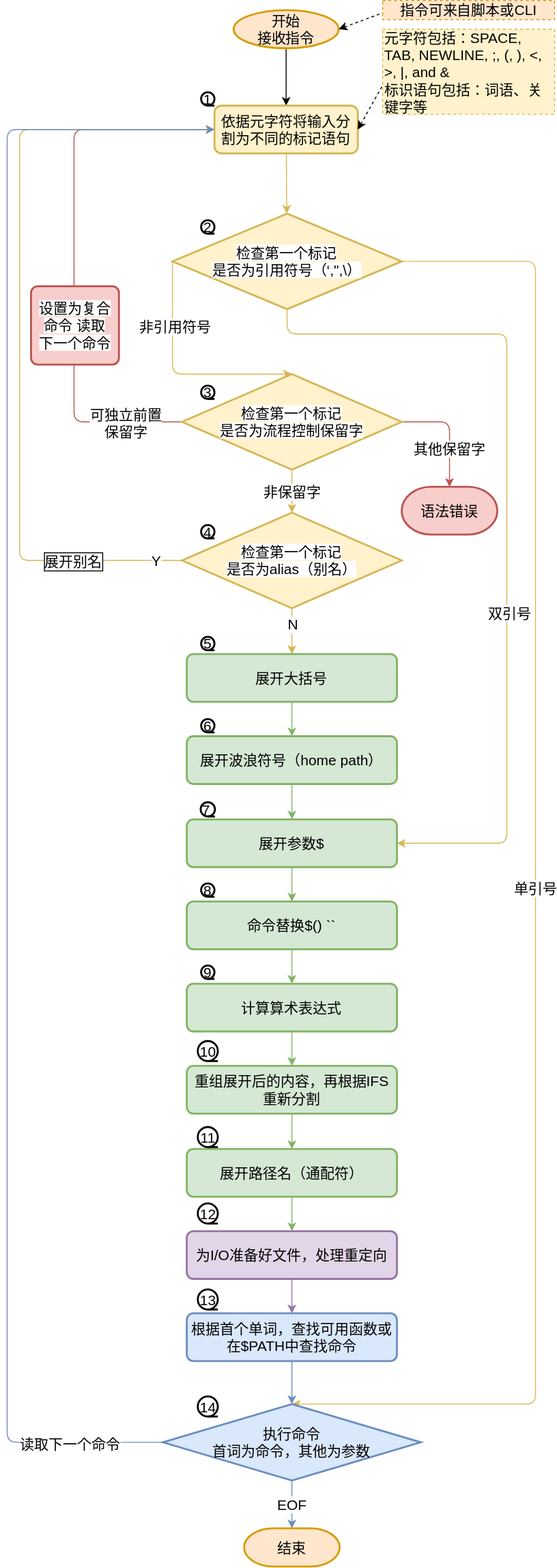
Before: images/shell执行流程.drawio.svg, a diagram exported from draw.io (SurprisedCat/surprisedcat.github.io). Source tidied: cells renumbered, new cells last; positions are measured from the earlier drawing's top-left corner, leaving out a move shared by most shapes.
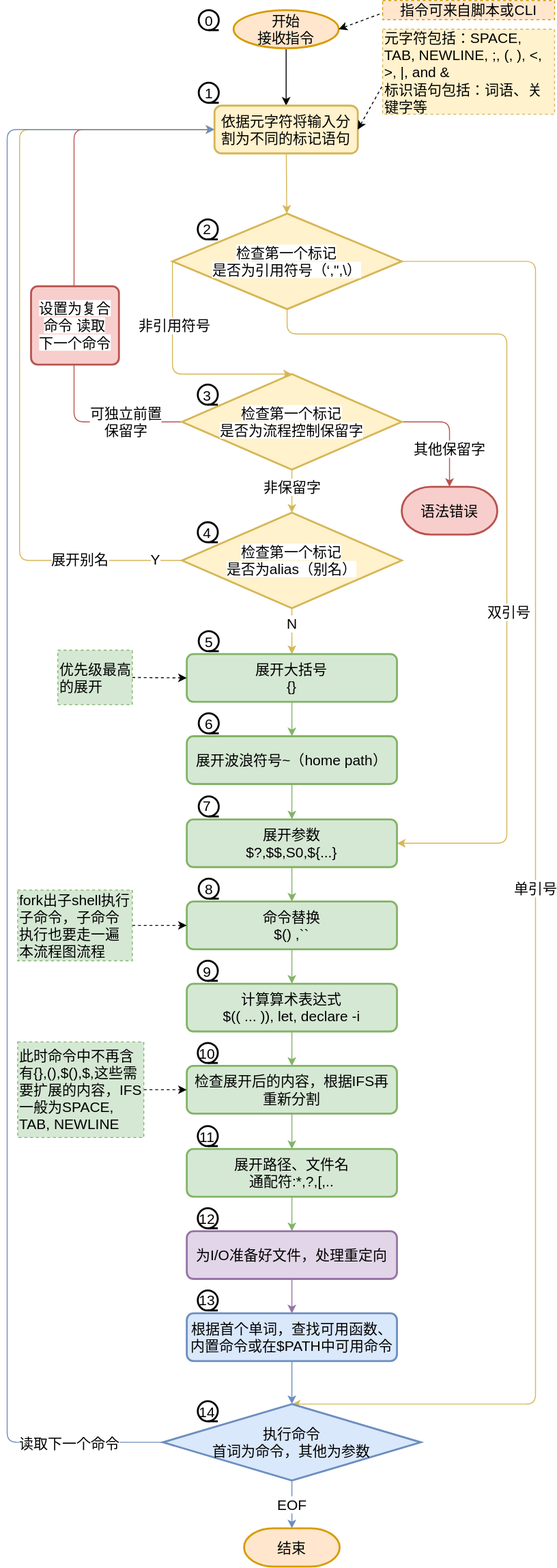
After the commit.

The edit, as a diff of the source:
```diff
@@ -44,7 +44,7 @@
       </mxGeometry>
     </mxCell>
     <mxCell id="12" value="非保留字" style="edgeStyle=none;html=1;fontSize=15;fillColor=#fff2cc;strokeColor=#d6b656;" parent="1" edge="1" source="14" target="27">
-      <mxGeometry relative="1" as="geometry" />
+      <mxGeometry x="-0.2" relative="1" as="geometry" />
     </mxCell>
     <mxCell id="13" value="其他保留字" style="edgeStyle=none;html=1;fontSize=15;entryX=0.5;entryY=0;entryDx=0;entryDy=0;entryPerimeter=0;exitX=1;exitY=0.5;exitDx=0;exitDy=0;exitPerimeter=0;fillColor=#f8cecc;strokeColor=#b85450;" parent="1" edge="1" source="14" target="50">
       <mxGeometry x="0.32" relative="1" as="geometry">
@@ -111,10 +111,8 @@
     <mxCell id="25" value="Y" style="edgeLabel;html=1;align=center;verticalAlign=middle;fontSize=15;" parent="24" vertex="1">
       <mxGeometry x="-0.93" y="-1" relative="1" as="geometry" />
     </mxCell>
-    <mxCell id="26" value="展开别名" style="edgeLabel;html=1;align=center;verticalAlign=middle;labelBorderColor=#000000;fontSize=15;" parent="24" vertex="1">
-      <mxGeometry x="-0.62" relative="1" as="geometry">
-        <mxPoint x="42" as="offset" />
-      </mxGeometry>
+    <mxCell id="26" value="&lt;span style=&quot;font-size: 15px&quot;&gt;展开别名&lt;/span&gt;" style="edgeLabel;html=1;align=center;verticalAlign=middle;" parent="24" vertex="1">
+      <mxGeometry x="-0.74" y="-1" relative="1" as="geometry" />
     </mxCell>
     <mxCell id="27" value="&lt;span style=&quot;font-size: 15px ; background-color: rgb(255 , 255 , 255)&quot;&gt;检查第一个标记&lt;br&gt;是否为alias（别名）&lt;br&gt;&lt;/span&gt;" style="strokeWidth=2;html=1;shape=mxgraph.flowchart.decision;whiteSpace=wrap;align=center;fillColor=#fff2cc;strokeColor=#d6b656;" parent="1" vertex="1">
       <mxGeometry x="183" y="536" width="230" height="100" as="geometry" />
@@ -122,43 +120,43 @@
     <mxCell id="28" style="edgeStyle=none;html=1;fillColor=#d5e8d4;strokeColor=#82b366;" parent="1" edge="1" source="29" target="31">
       <mxGeometry relative="1" as="geometry" />
     </mxCell>
-    <mxCell id="29" value="展开大括号" style="rounded=1;whiteSpace=wrap;html=1;absoluteArcSize=1;arcSize=14;strokeWidth=2;fontSize=15;fillColor=#d5e8d4;strokeColor=#82b366;" parent="1" vertex="1">
+    <mxCell id="29" value="展开大括号&lt;br&gt;{}" style="rounded=1;whiteSpace=wrap;html=1;absoluteArcSize=1;arcSize=14;strokeWidth=2;fontSize=15;fillColor=#d5e8d4;strokeColor=#82b366;" parent="1" vertex="1">
       <mxGeometry x="188" y="684" width="220" height="50" as="geometry" />
     </mxCell>
     <mxCell id="30" style="edgeStyle=none;html=1;fillColor=#d5e8d4;strokeColor=#82b366;" parent="1" edge="1" source="31" target="33">
       <mxGeometry relative="1" as="geometry" />
     </mxCell>
-    <mxCell id="31" value="展开波浪符号（home path）" style="rounded=1;whiteSpace=wrap;html=1;absoluteArcSize=1;arcSize=14;strokeWidth=2;fontSize=15;fillColor=#d5e8d4;strokeColor=#82b366;" parent="1" vertex="1">
+    <mxCell id="31" value="展开波浪符号~（home path）" style="rounded=1;whiteSpace=wrap;html=1;absoluteArcSize=1;arcSize=14;strokeWidth=2;fontSize=15;fillColor=#d5e8d4;strokeColor=#82b366;" parent="1" vertex="1">
       <mxGeometry x="188" y="770" width="220" height="50" as="geometry" />
     </mxCell>
     <mxCell id="32" style="edgeStyle=none;html=1;fillColor=#d5e8d4;strokeColor=#82b366;" parent="1" edge="1" source="33" target="35">
       <mxGeometry relative="1" as="geometry" />
     </mxCell>
-    <mxCell id="33" value="展开参数$" style="rounded=1;whiteSpace=wrap;html=1;absoluteArcSize=1;arcSize=14;strokeWidth=2;fontSize=15;fillColor=#d5e8d4;strokeColor=#82b366;" parent="1" vertex="1">
+    <mxCell id="33" value="展开参数&lt;br&gt;$?,$$,S0,${...}" style="rounded=1;whiteSpace=wrap;html=1;absoluteArcSize=1;arcSize=14;strokeWidth=2;fontSize=15;fillColor=#d5e8d4;strokeColor=#82b366;" parent="1" vertex="1">
       <mxGeometry x="188" y="857" width="220" height="50" as="geometry" />
     </mxCell>
     <mxCell id="34" style="edgeStyle=none;html=1;fillColor=#d5e8d4;strokeColor=#82b366;" parent="1" edge="1" source="35" target="37">
       <mxGeometry relative="1" as="geometry" />
     </mxCell>
-    <mxCell id="35" value="命令替换$() ``" style="rounded=1;whiteSpace=wrap;html=1;absoluteArcSize=1;arcSize=14;strokeWidth=2;fontSize=15;fillColor=#d5e8d4;strokeColor=#82b366;" parent="1" vertex="1">
+    <mxCell id="35" value="命令替换&lt;br&gt;$() ,``" style="rounded=1;whiteSpace=wrap;html=1;absoluteArcSize=1;arcSize=14;strokeWidth=2;fontSize=15;fillColor=#d5e8d4;strokeColor=#82b366;" parent="1" vertex="1">
       <mxGeometry x="188" y="943" width="220" height="50" as="geometry" />
     </mxCell>
     <mxCell id="36" style="edgeStyle=none;html=1;fillColor=#d5e8d4;strokeColor=#82b366;" parent="1" edge="1" source="37" target="39">
       <mxGeometry relative="1" as="geometry" />
     </mxCell>
-    <mxCell id="37" value="计算算术表达式" style="rounded=1;whiteSpace=wrap;html=1;absoluteArcSize=1;arcSize=14;strokeWidth=2;fontSize=15;fillColor=#d5e8d4;strokeColor=#82b366;" parent="1" vertex="1">
+    <mxCell id="37" value="计算算术表达式&lt;br&gt;$(( ... )), let, declare -i" style="rounded=1;whiteSpace=wrap;html=1;absoluteArcSize=1;arcSize=14;strokeWidth=2;fontSize=15;fillColor=#d5e8d4;strokeColor=#82b366;" parent="1" vertex="1">
       <mxGeometry x="188" y="1029" width="220" height="50" as="geometry" />
     </mxCell>
     <mxCell id="38" style="edgeStyle=none;html=1;fillColor=#d5e8d4;strokeColor=#82b366;" parent="1" edge="1" source="39" target="41">
       <mxGeometry relative="1" as="geometry" />
     </mxCell>
-    <mxCell id="39" value="重组展开后的内容，再根据IFS重新分割" style="rounded=1;whiteSpace=wrap;html=1;absoluteArcSize=1;arcSize=14;strokeWidth=2;fontSize=15;fillColor=#d5e8d4;strokeColor=#82b366;" parent="1" vertex="1">
+    <mxCell id="39" value="检查展开后的内容，根据IFS再&lt;br&gt;重新分割" style="rounded=1;whiteSpace=wrap;html=1;absoluteArcSize=1;arcSize=14;strokeWidth=2;fontSize=15;fillColor=#d5e8d4;strokeColor=#82b366;" parent="1" vertex="1">
       <mxGeometry x="188" y="1115" width="220" height="50" as="geometry" />
     </mxCell>
     <mxCell id="40" style="edgeStyle=none;html=1;fillColor=#d5e8d4;strokeColor=#82b366;" parent="1" edge="1" source="41" target="43">
       <mxGeometry relative="1" as="geometry" />
     </mxCell>
-    <mxCell id="41" value="展开路径名（通配符）" style="rounded=1;whiteSpace=wrap;html=1;absoluteArcSize=1;arcSize=14;strokeWidth=2;fontSize=15;fillColor=#d5e8d4;strokeColor=#82b366;" parent="1" vertex="1">
+    <mxCell id="41" value="展开路径、文件名&lt;br&gt;通配符:*,?,[,.." style="rounded=1;whiteSpace=wrap;html=1;absoluteArcSize=1;arcSize=14;strokeWidth=2;fontSize=15;fillColor=#d5e8d4;strokeColor=#82b366;" parent="1" vertex="1">
       <mxGeometry x="188" y="1202" width="220" height="50" as="geometry" />
     </mxCell>
     <mxCell id="42" style="edgeStyle=none;html=1;fillColor=#e1d5e7;strokeColor=#9673a6;" parent="1" edge="1" source="43" target="45">
@@ -170,7 +168,7 @@
     <mxCell id="44" style="edgeStyle=none;html=1;fillColor=#dae8fc;strokeColor=#6c8ebf;" parent="1" edge="1" source="45" target="49">
       <mxGeometry relative="1" as="geometry" />
     </mxCell>
-    <mxCell id="45" value="&lt;span style=&quot;font-family: &amp;#34;helvetica&amp;#34;&quot;&gt;根据首个单词，查找可用函数或在$PATH中查找命令&lt;/span&gt;" style="rounded=1;whiteSpace=wrap;html=1;absoluteArcSize=1;arcSize=14;strokeWidth=2;fontSize=15;fillColor=#dae8fc;strokeColor=#6c8ebf;" parent="1" vertex="1">
+    <mxCell id="45" value="&lt;span style=&quot;font-family: &amp;#34;helvetica&amp;#34;&quot;&gt;根据首个单词，查找可用函数、内置命令或在$PATH中可用命令&lt;/span&gt;" style="rounded=1;whiteSpace=wrap;html=1;absoluteArcSize=1;arcSize=14;strokeWidth=2;fontSize=15;fillColor=#dae8fc;strokeColor=#6c8ebf;" parent="1" vertex="1">
       <mxGeometry x="188" y="1374" width="220" height="50" as="geometry" />
     </mxCell>
     <mxCell id="46" style="edgeStyle=none;html=1;entryX=0;entryY=0.5;entryDx=0;entryDy=0;exitX=0;exitY=0.5;exitDx=0;exitDy=0;exitPerimeter=0;fillColor=#dae8fc;strokeColor=#6c8ebf;" parent="1" edge="1" source="49" target="5">
@@ -197,46 +195,67 @@
       <mxGeometry x="248" y="1599" width="100" height="40" as="geometry" />
     </mxCell>
     <mxCell id="52" value="1" style="strokeWidth=2;html=1;shape=mxgraph.flowchart.sequential_data;whiteSpace=wrap;fontSize=15;" parent="1" vertex="1">
-      <mxGeometry x="203" y="96" width="14" height="14" as="geometry" />
+      <mxGeometry x="200.5" y="86" width="21" height="21" as="geometry" />
     </mxCell>
     <mxCell id="53" value="2" style="strokeWidth=2;html=1;shape=mxgraph.flowchart.sequential_data;whiteSpace=wrap;fontSize=15;" parent="1" vertex="1">
-      <mxGeometry x="203" y="230" width="14" height="14" as="geometry" />
+      <mxGeometry x="199.5" y="229" width="21" height="21" as="geometry" />
     </mxCell>
     <mxCell id="54" value="3" style="strokeWidth=2;html=1;shape=mxgraph.flowchart.sequential_data;whiteSpace=wrap;fontSize=15;" parent="1" vertex="1">
-      <mxGeometry x="203" y="403" width="14" height="14" as="geometry" />
+      <mxGeometry x="199.5" y="402" width="21" height="21" as="geometry" />
     </mxCell>
     <mxCell id="55" value="4" style="strokeWidth=2;html=1;shape=mxgraph.flowchart.sequential_data;whiteSpace=wrap;fontSize=15;" parent="1" vertex="1">
-      <mxGeometry x="203" y="549" width="14" height="14" as="geometry" />
+      <mxGeometry x="199.5" y="546" width="21" height="21" as="geometry" />
     </mxCell>
     <mxCell id="56" value="5" style="strokeWidth=2;html=1;shape=mxgraph.flowchart.sequential_data;whiteSpace=wrap;fontSize=15;" parent="1" vertex="1">
-      <mxGeometry x="203" y="666" width="14" height="14" as="geometry" />
+      <mxGeometry x="200.5" y="660" width="21" height="21" as="geometry" />
     </mxCell>
     <mxCell id="57" value="6" style="strokeWidth=2;html=1;shape=mxgraph.flowchart.sequential_data;whiteSpace=wrap;fontSize=15;" parent="1" vertex="1">
-      <mxGeometry x="203" y="752" width="14" height="14" as="geometry" />
+      <mxGeometry x="200.5" y="746" width="21" height="21" as="geometry" />
     </mxCell>
     <mxCell id="58" value="7&lt;span style=&quot;color: rgba(0 , 0 , 0 , 0) ; font-family: monospace ; font-size: 0px&quot;&gt;%3CmxGraphModel%3E%3Croot%3E%3CmxCell%20id%3D%220%22%2F%3E%3CmxCell%20id%3D%221%22%20parent%3D%220%22%2F%3E%3CmxCell%20id%3D%222%22%20value%3D%226%22%20style%3D%22strokeWidth%3D2%3Bhtml%3D1%3Bshape%3Dmxgraph.flowchart.sequential_data%3BwhiteSpace%3Dwrap%3BfontSize%3D15%3B%22%20vertex%3D%221%22%20parent%3D%221%22%3E%3CmxGeometry%20x%3D%22220%22%20y%3D%22763%22%20width%3D%2214%22%20height%3D%2214%22%20as%3D%22geometry%22%2F%3E%3C%2FmxCell%3E%3C%2Froot%3E%3C%2FmxGraphModel%3E&lt;/span&gt;" style="strokeWidth=2;html=1;shape=mxgraph.flowchart.sequential_data;whiteSpace=wrap;fontSize=15;" parent="1" vertex="1">
-      <mxGeometry x="202.5" y="839" width="15" height="15" as="geometry" />
+      <mxGeometry x="200.5" y="833" width="21" height="21" as="geometry" />
     </mxCell>
     <mxCell id="59" value="8" style="strokeWidth=2;html=1;shape=mxgraph.flowchart.sequential_data;whiteSpace=wrap;fontSize=15;" parent="1" vertex="1">
-      <mxGeometry x="203" y="924" width="14" height="14" as="geometry" />
+      <mxGeometry x="200.5" y="919" width="21" height="21" as="geometry" />
     </mxCell>
     <mxCell id="60" value="9" style="strokeWidth=2;html=1;shape=mxgraph.flowchart.sequential_data;whiteSpace=wrap;fontSize=15;" parent="1" vertex="1">
-      <mxGeometry x="203" y="1010" width="14" height="14" as="geometry" />
+      <mxGeometry x="199.5" y="1005" width="21" height="21" as="geometry" />
     </mxCell>
     <mxCell id="61" value="10" style="strokeWidth=2;html=1;shape=mxgraph.flowchart.sequential_data;whiteSpace=wrap;fontSize=15;" parent="1" vertex="1">
-      <mxGeometry x="199.5" y="1089" width="21" height="21" as="geometry" />
+      <mxGeometry x="199.5" y="1091" width="21" height="21" as="geometry" />
     </mxCell>
     <mxCell id="62" value="11" style="strokeWidth=2;html=1;shape=mxgraph.flowchart.sequential_data;whiteSpace=wrap;fontSize=15;" parent="1" vertex="1">
-      <mxGeometry x="199.5" y="1179" width="21" height="21" as="geometry" />
+      <mxGeometry x="199.5" y="1178" width="21" height="21" as="geometry" />
     </mxCell>
     <mxCell id="63" value="12" style="strokeWidth=2;html=1;shape=mxgraph.flowchart.sequential_data;whiteSpace=wrap;fontSize=15;" parent="1" vertex="1">
-      <mxGeometry x="199.5" y="1259" width="21" height="21" as="geometry" />
+      <mxGeometry x="199.5" y="1264" width="21" height="21" as="geometry" />
     </mxCell>
     <mxCell id="64" value="13" style="strokeWidth=2;html=1;shape=mxgraph.flowchart.sequential_data;whiteSpace=wrap;fontSize=15;" parent="1" vertex="1">
-      <mxGeometry x="199.5" y="1349" width="21" height="21" as="geometry" />
+      <mxGeometry x="199.5" y="1350" width="21" height="21" as="geometry" />
     </mxCell>
     <mxCell id="65" value="14" style="strokeWidth=2;html=1;shape=mxgraph.flowchart.sequential_data;whiteSpace=wrap;fontSize=15;" parent="1" vertex="1">
-      <mxGeometry x="199.5" y="1461" width="21" height="21" as="geometry" />
+      <mxGeometry x="199.5" y="1466" width="21" height="21" as="geometry" />
     </mxCell>
+    <mxCell id="66" style="edgeStyle=none;html=1;entryX=0;entryY=0.5;entryDx=0;entryDy=0;dashed=1;exitX=1;exitY=0.5;exitDx=0;exitDy=0;" parent="1" edge="1" source="67" target="35">
+      <mxGeometry relative="1" as="geometry" />
+    </mxCell>
+    <mxCell id="67" value="fork出子shell执行子命令，子命令执行也要走一遍本流程图流程" style="rounded=0;whiteSpace=wrap;html=1;fontSize=15;dashed=1;align=left;fillColor=#d5e8d4;strokeColor=#82b366;" parent="1" vertex="1">
+      <mxGeometry x="11" y="931" width="120" height="74" as="geometry" />
+    </mxCell>
+    <mxCell id="68" value="0" style="strokeWidth=2;html=1;shape=mxgraph.flowchart.sequential_data;whiteSpace=wrap;fontSize=15;" parent="1" vertex="1">
+      <mxGeometry x="200.5" y="10" width="21" height="21" as="geometry" />
+    </mxCell>
+    <mxCell id="69" style="edgeStyle=none;html=1;entryX=0;entryY=0.5;entryDx=0;entryDy=0;dashed=1;exitX=1;exitY=0.5;exitDx=0;exitDy=0;" parent="1" edge="1" source="70" target="39">
+      <mxGeometry relative="1" as="geometry" />
+    </mxCell>
+    <mxCell id="70" value="此时命令中不再含有{},(),$(),$,这些需要扩展的内容，IFS一般为SPACE, TAB, NEWLINE" style="rounded=0;whiteSpace=wrap;html=1;fontSize=15;dashed=1;align=left;fillColor=#d5e8d4;strokeColor=#82b366;" parent="1" vertex="1">
+      <mxGeometry x="11" y="1090" width="132" height="100" as="geometry" />
+    </mxCell>
+    <mxCell id="71" style="edgeStyle=none;html=1;dashed=1;entryX=0;entryY=0.5;entryDx=0;entryDy=0;exitX=1;exitY=0.5;exitDx=0;exitDy=0;" parent="1" edge="1" source="72" target="29">
+      <mxGeometry relative="1" as="geometry" />
+    </mxCell>
+    <mxCell id="72" value="优先级最高的展开" style="rounded=0;whiteSpace=wrap;html=1;fontSize=15;dashed=1;align=left;fillColor=#d5e8d4;strokeColor=#82b366;" parent="1" vertex="1">
+      <mxGeometry x="53" y="680" width="78" height="57" as="geometry" />
+    </mxCell>
   </root>
 </mxGraphModel>
```
